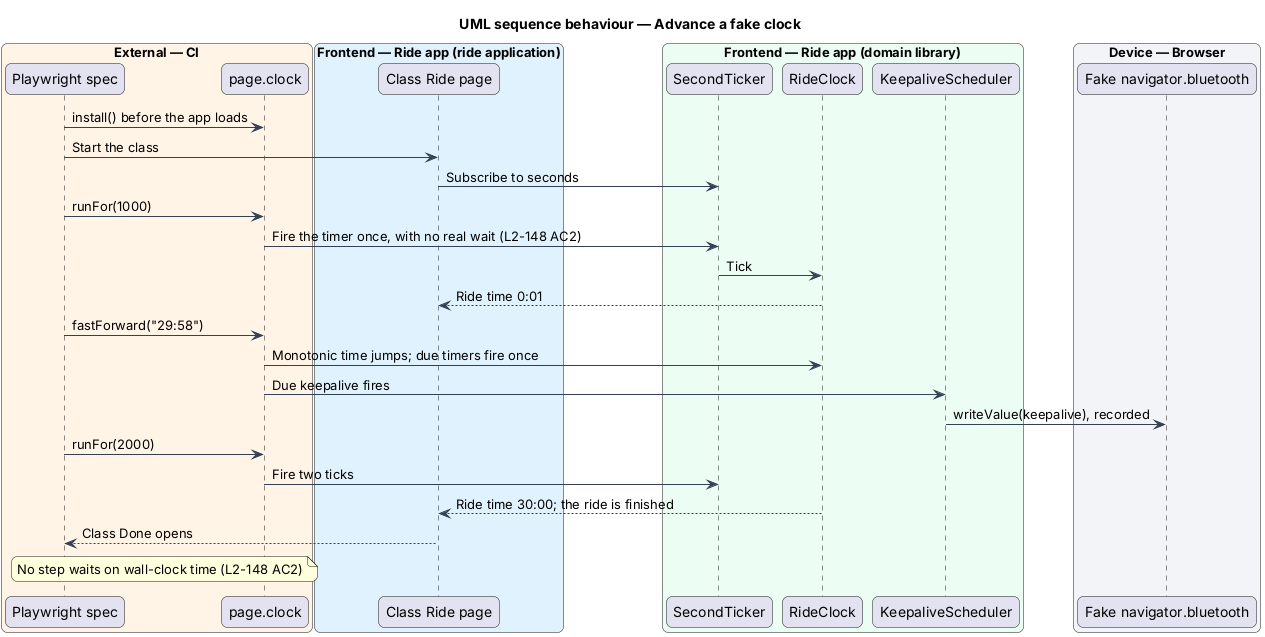
This is docs/detailed-designs/platform/test-without-hardware/diagrams/sequence-advance-a-fake-clock.png from QuinntyneBrown/ride-one, a PlantUML export, as it was before one commit.
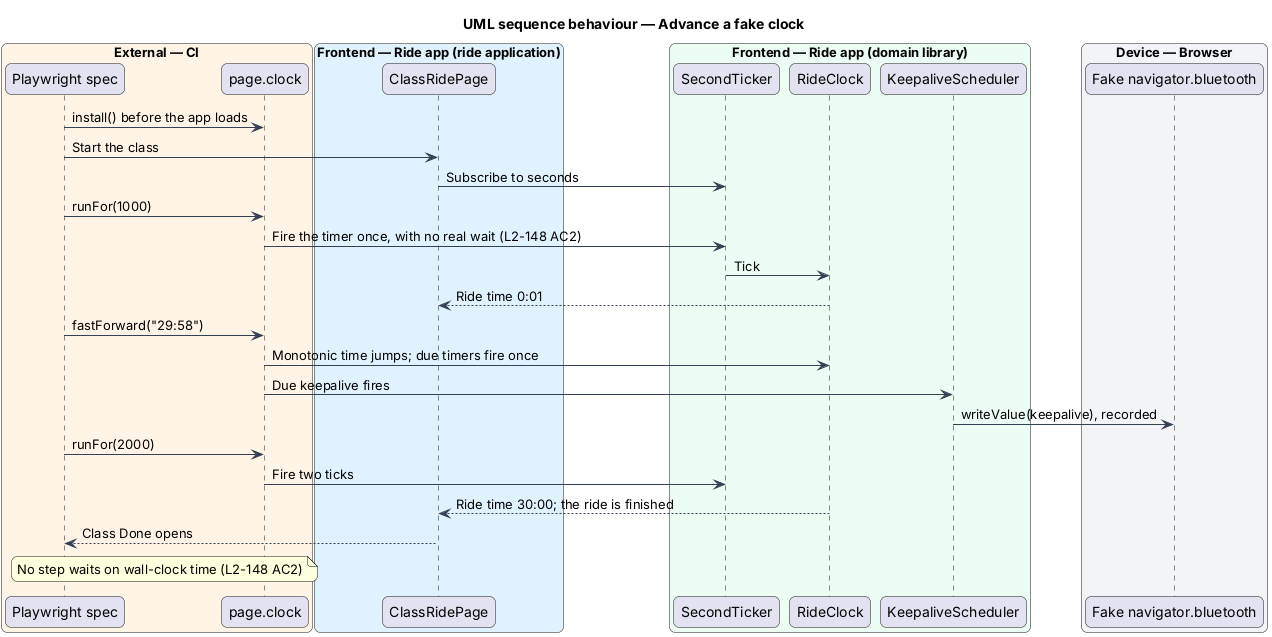
Above is the later version.

Change to the diagram source:
```diff
@@ -19,7 +19,7 @@
   participant "page.clock" as clock
 end box
 box "Frontend — Ride app (ride application)" #E0F2FE
-  participant "Class Ride page" as page
+  participant "ClassRidePage" as page
 end box
 box "Frontend — Ride app (domain library)" #ECFDF3
   participant "SecondTicker" as ticker
```
